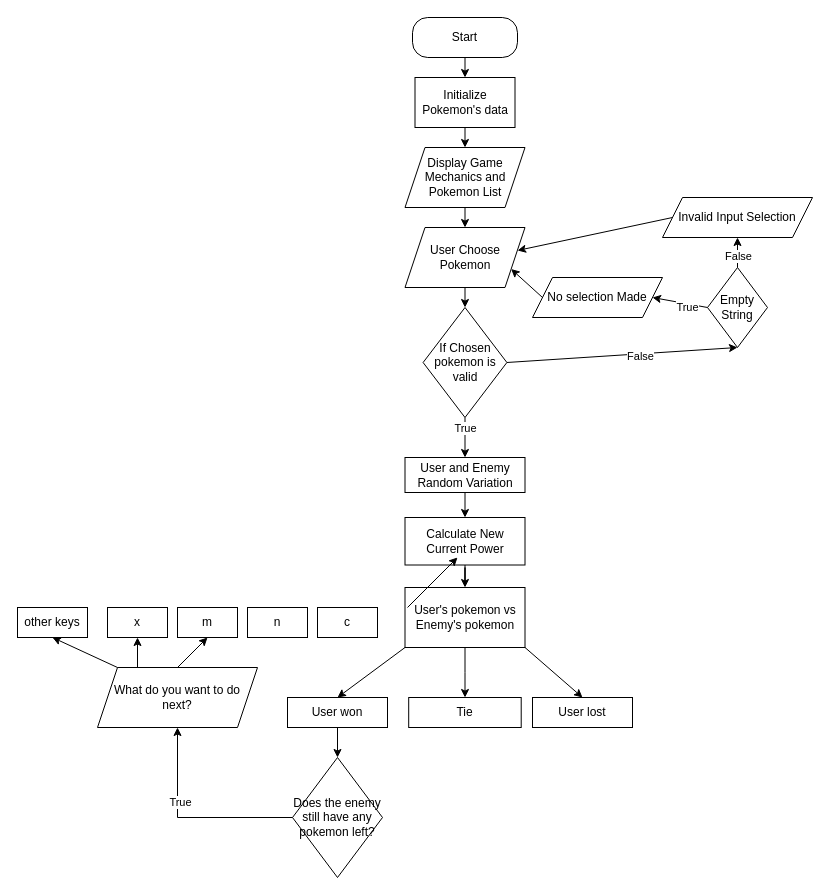
Before: Untitled Diagram.drawio in zyy-dev/Pokemon, a draw.io diagram. Source tidied: cells renumbered, new cells numbered last; positions are measured from the earlier drawing's top-left corner, leaving out a move shared by most shapes. Both pictures are drawn from the tidied source at 100%, with x=0, y=0 at pixel (17, 17).
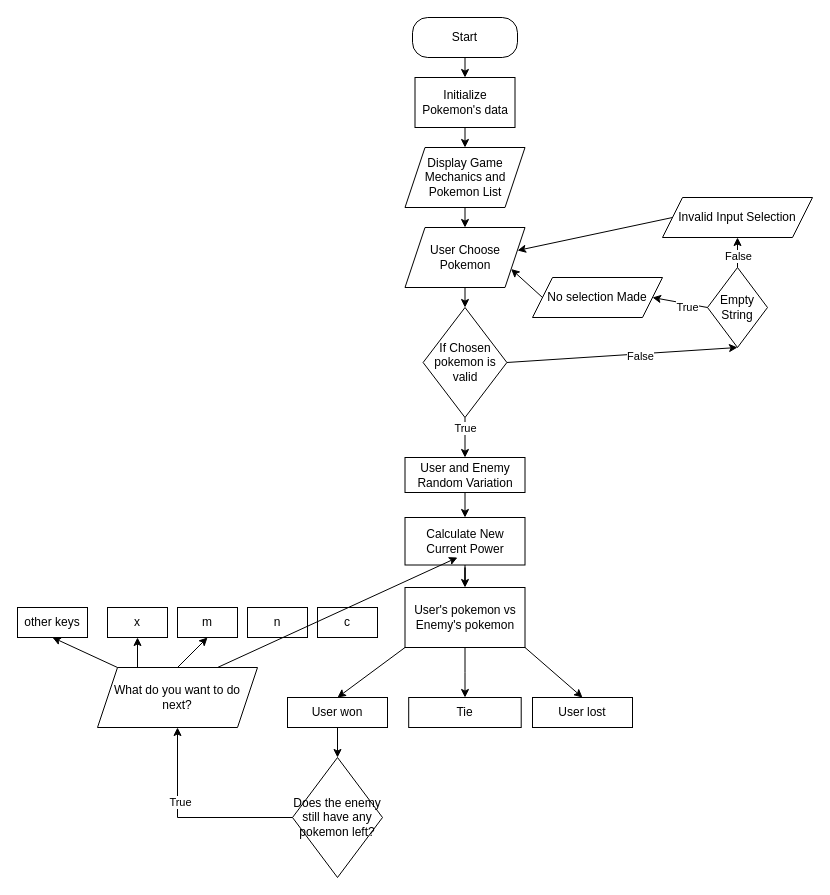
After the change.

Unchanged cells that the change refers to:
```xml
<mxCell id="39" value="What do you want to do next?" style="shape=parallelogram;perimeter=parallelogramPerimeter;whiteSpace=wrap;html=1;fixedSize=1;" parent="1" vertex="1">
  <mxGeometry x="80" y="650" width="160" height="60" as="geometry" />
</mxCell>
```

What changed in the source:
```diff
@@
-    <mxCell id="48" style="endArrow=classic;html=1;rounded=0;" parent="1" edge="1">
+    <mxCell id="48" style="endArrow=classic;html=1;rounded=0;exitX=0.75;exitY=0;exitDx=0;exitDy=0;" parent="1" edge="1" source="39">
       <mxGeometry relative="1" as="geometry">
-        <mxPoint x="390" y="590" as="sourcePoint" />
         <mxPoint x="440" y="540" as="targetPoint" />
       </mxGeometry>
     </mxCell>
```
